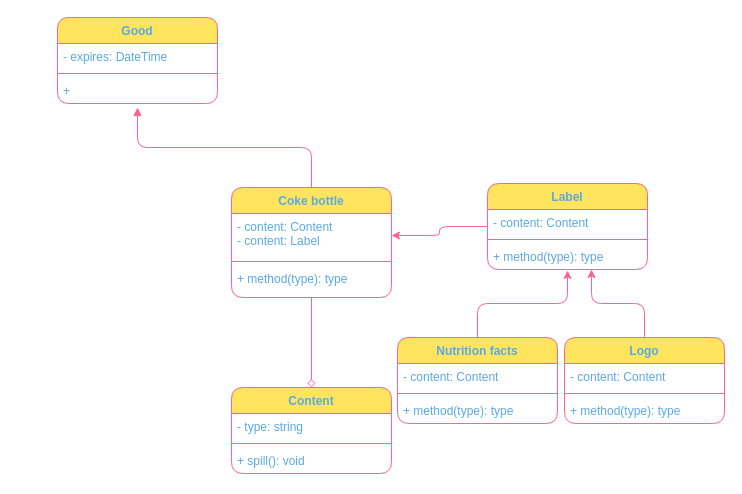
Above: Diagram UML.drawio in kwaadrat/UML-Diagrams (draw.io), before the change. Source tidied: cells renumbered, new cells numbered last; positions are measured from the earlier drawing's top-left corner, leaving out a move shared by most shapes. Both pictures are drawn from the tidied source at 100%, with x=0, y=0 at pixel (57, 17).
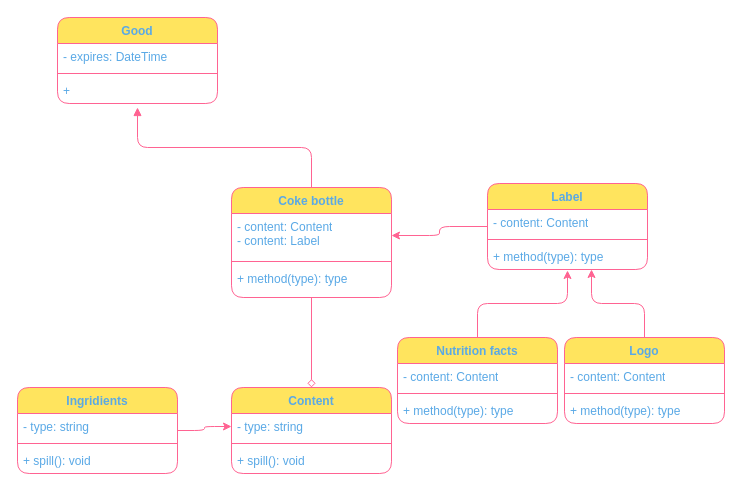
The same diagram, later.

Unchanged cells that the change refers to:
```xml
<mxCell id="12" value="- type: string" style="text;strokeColor=none;fillColor=none;align=left;verticalAlign=top;spacingLeft=4;spacingRight=4;overflow=hidden;points=[[0,0.5],[1,0.5]];portConstraint=eastwest;whiteSpace=wrap;html=1;labelBackgroundColor=none;fontColor=#5AA9E6;rounded=1;" parent="11" vertex="1">
  <mxGeometry y="26" width="160" height="26" as="geometry" />
</mxCell>
```

Change to the diagram source:
```diff
@@
+    <mxCell id="31" style="edgeStyle=orthogonalEdgeStyle;rounded=1;jettySize=auto;html=1;entryX=0;entryY=0.5;entryDx=0;entryDy=0;strokeColor=#FF6392;fontColor=#5AA9E6;fillColor=#FFE45E;" parent="1" edge="1" source="32" target="12">
+      <mxGeometry relative="1" as="geometry" />
+    </mxCell>
+    <mxCell id="32" value="Ingridients" style="swimlane;fontStyle=1;align=center;verticalAlign=top;horizontal=1;startSize=26;whiteSpace=wrap;html=1;labelBackgroundColor=none;fillColor=#FFE45E;strokeColor=#FF6392;fontColor=#5AA9E6;rounded=1;" parent="1" vertex="1">
+      <mxGeometry x="-40" y="370" width="160" height="86" as="geometry" />
+    </mxCell>
+    <mxCell id="33" value="- type: string" style="text;strokeColor=none;fillColor=none;align=left;verticalAlign=top;spacingLeft=4;spacingRight=4;overflow=hidden;whiteSpace=wrap;html=1;labelBackgroundColor=none;fontColor=#5AA9E6;rounded=1;" parent="32" vertex="1">
+      <mxGeometry y="26" width="160" height="26" as="geometry" />
+    </mxCell>
+    <mxCell id="34" style="line;strokeWidth=1;fillColor=none;align=left;verticalAlign=middle;spacingTop=-1;spacingLeft=3;spacingRight=3;labelPosition=right;strokeColor=#FF6392;labelBackgroundColor=none;fontColor=#5AA9E6;rounded=1;" parent="32" vertex="1">
+      <mxGeometry y="52" width="160" height="8" as="geometry" />
+    </mxCell>
+    <mxCell id="35" value="+ spill(): void" style="text;strokeColor=none;fillColor=none;align=left;verticalAlign=top;spacingLeft=4;spacingRight=4;overflow=hidden;whiteSpace=wrap;html=1;labelBackgroundColor=none;fontColor=#5AA9E6;rounded=1;" parent="32" vertex="1">
+      <mxGeometry y="60" width="160" height="26" as="geometry" />
+    </mxCell>
```
